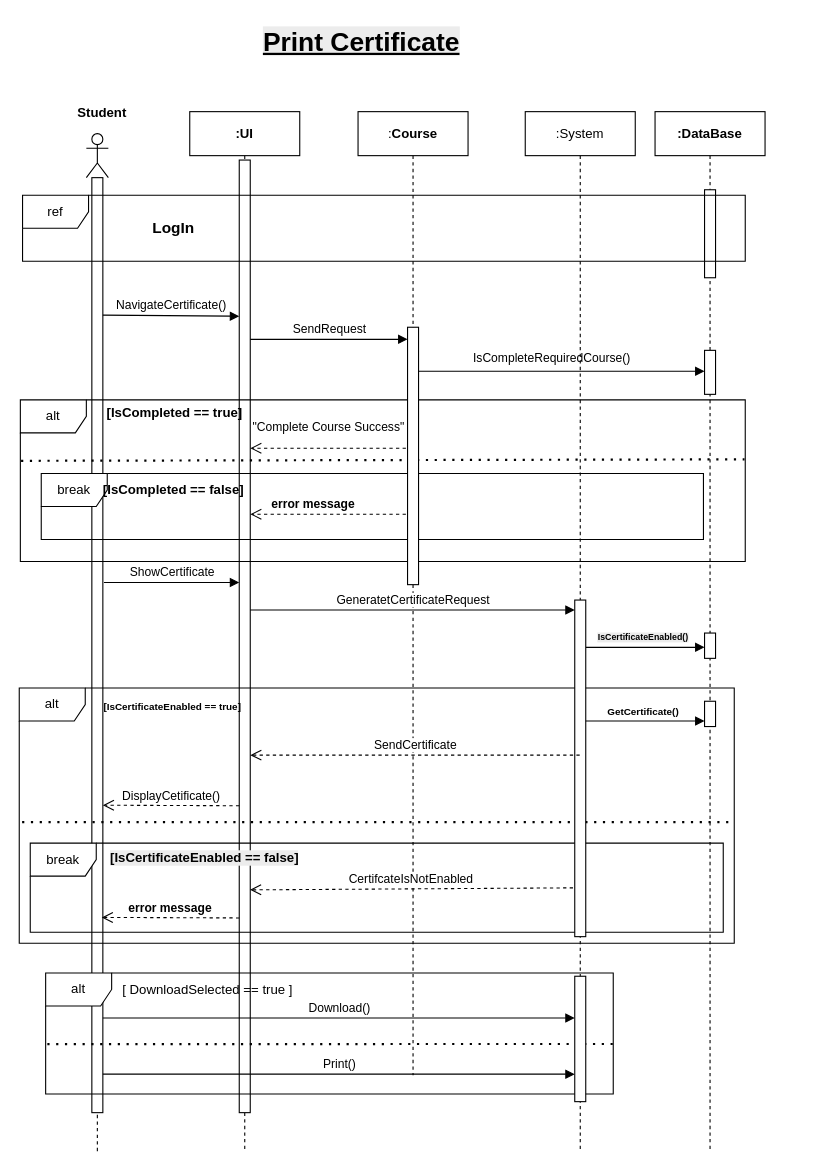
Above: page "print certificate" (3 of 6) of Diagrams/SequenceDiagram.drawio in Youssefmohamed430/Learning-Management-System (draw.io), before the change. Source tidied: cells renumbered, new cells numbered last; positions are measured from the earlier drawing's top-left corner, leaving out a move shared by most shapes. Both pictures are drawn from the tidied source at 110%, with x=0, y=0 at pixel (19, 19).
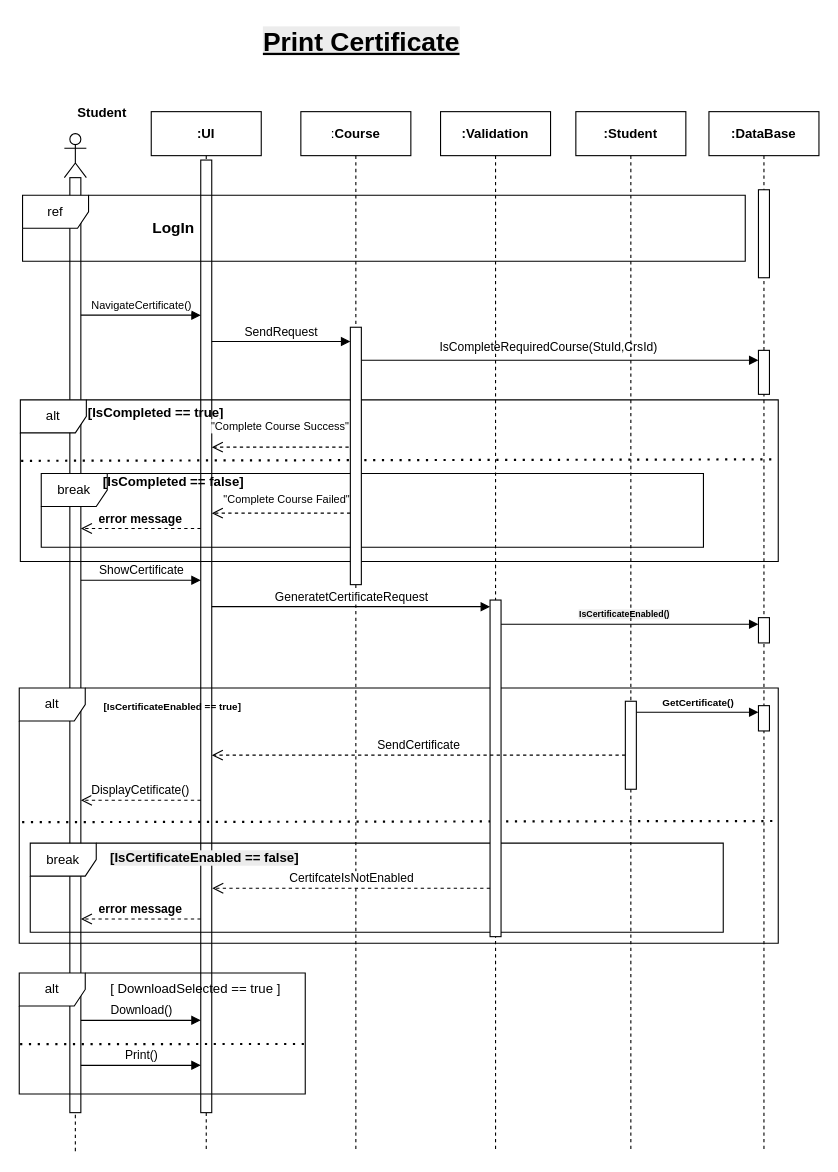
After the change.

The change refers to these unchanged cells:
```xml
<mxCell id="3" style="html=1;points=[[0,0,0,0,5],[0,1,0,0,-5],[1,0,0,0,5],[1,1,0,0,-5]];perimeter=orthogonalPerimeter;outlineConnect=0;targetShapes=umlLifeline;portConstraint=eastwest;newEdgeStyle={&quot;curved&quot;:0,&quot;rounded&quot;:0};" parent="2" vertex="1">
  <mxGeometry x="45" y="44" width="10" height="866" as="geometry" />
</mxCell>
<mxCell id="5" style="html=1;points=[[0,0,0,0,5],[0,1,0,0,-5],[1,0,0,0,5],[1,1,0,0,-5]];perimeter=orthogonalPerimeter;outlineConnect=0;targetShapes=umlLifeline;portConstraint=eastwest;newEdgeStyle={&quot;curved&quot;:0,&quot;rounded&quot;:0};" parent="4" vertex="1">
  <mxGeometry x="5" y="40" width="10" height="850" as="geometry" />
</mxCell>
<mxCell id="10" style="html=1;points=[[0,0,0,0,5],[0,1,0,0,-5],[1,0,0,0,5],[1,1,0,0,-5]];perimeter=orthogonalPerimeter;outlineConnect=0;targetShapes=umlLifeline;portConstraint=eastwest;newEdgeStyle={&quot;curved&quot;:0,&quot;rounded&quot;:0};" parent="7" vertex="1">
  <mxGeometry x="45" y="217" width="10" height="40" as="geometry" />
</mxCell>
<mxCell id="29" value="&lt;b style=&quot;forced-color-adjust: none; color: rgb(0, 0, 0); font-family: Helvetica; font-size: 12px; font-style: normal; font-variant-ligatures: normal; font-variant-caps: normal; letter-spacing: normal; orphans: 2; text-align: center; text-indent: 0px; text-transform: none; widows: 2; word-spacing: 0px; -webkit-text-stroke-width: 0px; white-space: nowrap; background-color: rgb(236, 236, 236); text-decoration-thickness: initial; text-decoration-style: initial; text-decoration-color: initial;&quot;&gt;[IsCertificateEnabled == false]&lt;/b&gt;" style="text;whiteSpace=wrap;html=1;" parent="1" vertex="1">
  <mxGeometry x="81" y="749" width="200" height="40" as="geometry" />
</mxCell>
<mxCell id="40" style="html=1;points=[[0,0,0,0,5],[0,1,0,0,-5],[1,0,0,0,5],[1,1,0,0,-5]];perimeter=orthogonalPerimeter;outlineConnect=0;targetShapes=umlLifeline;portConstraint=eastwest;newEdgeStyle={&quot;curved&quot;:0,&quot;rounded&quot;:0};" parent="39" vertex="1">
  <mxGeometry x="45" y="196" width="10" height="234" as="geometry" />
</mxCell>
<mxCell id="43" style="html=1;points=[[0,0,0,0,5],[0,1,0,0,-5],[1,0,0,0,5],[1,1,0,0,-5]];perimeter=orthogonalPerimeter;outlineConnect=0;targetShapes=umlLifeline;portConstraint=eastwest;newEdgeStyle={&quot;curved&quot;:0,&quot;rounded&quot;:0};" parent="42" vertex="1">
  <mxGeometry x="45" y="444" width="10" height="306" as="geometry" />
</mxCell>
```

The edit, as a diff of the source:
```diff
@@
     <mxCell id="2" value="&lt;b&gt;&lt;font style=&quot;font-size: 12px;&quot;&gt;:UI&lt;/font&gt;&lt;/b&gt;" style="shape=umlLifeline;perimeter=lifelinePerimeter;whiteSpace=wrap;html=1;newEdgeStyle={&quot;curved&quot;:0,&quot;rounded&quot;:0};" parent="1" vertex="1">
-      <mxGeometry x="155" y="84" width="100" height="946" as="geometry" />
+      <mxGeometry x="120" y="84" width="100" height="946" as="geometry" />
     </mxCell>
@@
     <mxCell id="4" style="shape=umlLifeline;perimeter=lifelinePerimeter;whiteSpace=wrap;html=1;newEdgeStyle={&quot;curved&quot;:0,&quot;rounded&quot;:0};participant=umlActor;" parent="1" vertex="1">
-      <mxGeometry x="61" y="104" width="20" height="926" as="geometry" />
+      <mxGeometry x="41" y="104" width="20" height="926" as="geometry" />
     </mxCell>
@@
     <mxCell id="7" value="&lt;b&gt;:DataBase&lt;/b&gt;" style="shape=umlLifeline;perimeter=lifelinePerimeter;whiteSpace=wrap;html=1;newEdgeStyle={&quot;curved&quot;:0,&quot;rounded&quot;:0};" parent="1" vertex="1">
-      <mxGeometry x="578" y="84" width="100" height="946" as="geometry" />
+      <mxGeometry x="627" y="84" width="100" height="946" as="geometry" />
     </mxCell>
     <mxCell id="8" style="html=1;points=[[0,0,0,0,5],[0,1,0,0,-5],[1,0,0,0,5],[1,1,0,0,-5]];perimeter=orthogonalPerimeter;outlineConnect=0;targetShapes=umlLifeline;portConstraint=eastwest;newEdgeStyle={&quot;curved&quot;:0,&quot;rounded&quot;:0};" parent="7" vertex="1">
-      <mxGeometry x="45" y="474" width="10" height="23" as="geometry" />
+      <mxGeometry x="45" y="460" width="10" height="23" as="geometry" />
     </mxCell>
@@
-    <mxCell id="11" value="NavigateCertificate()" style="html=1;verticalAlign=bottom;endArrow=block;curved=0;rounded=0;" parent="1" edge="1">
+    <mxCell id="11" value="&lt;font style=&quot;font-size: 10px;&quot;&gt;NavigateCertificate()&lt;/font&gt;" style="html=1;verticalAlign=bottom;endArrow=block;curved=0;rounded=0;" parent="1" edge="1">
       <mxGeometry relative="1" as="geometry">
-        <mxPoint x="76" y="269" as="sourcePoint" />
-        <mxPoint x="200" y="270" as="targetPoint" />
+        <mxPoint x="56" y="269" as="sourcePoint" />
+        <mxPoint x="165" y="269" as="targetPoint" />
       </mxGeometry>
     </mxCell>
-    <mxCell id="12" value="IsCompleteRequiredCourse()" style="html=1;verticalAlign=bottom;endArrow=block;curved=0;rounded=0;" parent="1" edge="1" target="10">
+    <mxCell id="12" value="IsCompleteRequiredCourse(StuId,CrsId)" style="html=1;verticalAlign=bottom;endArrow=block;curved=0;rounded=0;" parent="1" edge="1">
       <mxGeometry x="-0.06" y="3" relative="1" as="geometry">
-        <mxPoint x="360" y="320" as="sourcePoint" />
+        <mxPoint x="311" y="310" as="sourcePoint" />
+        <mxPoint x="672" y="310" as="targetPoint" />
       </mxGeometry>
     </mxCell>
     <mxCell id="13" value="alt" style="shape=umlFrame;whiteSpace=wrap;html=1;" parent="1" vertex="1">
-      <mxGeometry x="1" y="346" width="659" height="147" as="geometry" />
+      <mxGeometry x="1" y="346" width="689" height="147" as="geometry" />
     </mxCell>
     <mxCell id="14" value="&lt;b&gt;[IsCompleted == true]&lt;/b&gt;" style="text;html=1;align=center;verticalAlign=middle;strokeColor=none;fillColor=none;" parent="1" vertex="1">
-      <mxGeometry x="66" y="343" width="150" height="30" as="geometry" />
+      <mxGeometry x="49" y="343" width="150" height="30" as="geometry" />
     </mxCell>
-    <mxCell id="15" value="&lt;font style=&quot;font-size: 8px;&quot;&gt;&lt;b&gt;&lt;span style=&quot;background-color: rgb(236, 236, 236);&quot;&gt;IsCertificateEnabled&lt;/span&gt;&lt;span style=&quot;background-color: rgb(236, 236, 236);&quot;&gt;()&lt;/span&gt;&lt;/b&gt;&lt;/font&gt;" style="html=1;verticalAlign=bottom;endArrow=block;curved=0;rounded=0;" parent="1" edge="1" target="8">
+    <mxCell id="15" value="&lt;font style=&quot;font-size: 8px;&quot;&gt;&lt;b&gt;&lt;span style=&quot;background-color: rgb(236, 236, 236);&quot;&gt;IsCertificateEnabled&lt;/span&gt;&lt;span style=&quot;background-color: rgb(236, 236, 236);&quot;&gt;()&lt;/span&gt;&lt;/b&gt;&lt;/font&gt;" style="html=1;verticalAlign=bottom;endArrow=block;curved=0;rounded=0;" parent="1" edge="1">
       <mxGeometry x="-0.04" y="1" relative="1" as="geometry">
-        <mxPoint x="515" y="571" as="sourcePoint" />
+        <mxPoint x="438" y="550" as="sourcePoint" />
+        <mxPoint x="672" y="550" as="targetPoint" />
       </mxGeometry>
     </mxCell>
@@
     <mxCell id="17" value="alt" style="shape=umlFrame;whiteSpace=wrap;html=1;" parent="1" vertex="1">
-      <mxGeometry y="608" width="650" height="232" as="geometry" />
+      <mxGeometry y="608" width="690" height="232" as="geometry" />
     </mxCell>
@@
-    <mxCell id="19" value="&quot;Complete Course Success&quot;" style="html=1;verticalAlign=bottom;endArrow=open;dashed=1;endSize=8;curved=0;rounded=0;" parent="1" edge="1" source="39">
+    <mxCell id="19" value="&lt;font style=&quot;font-size: 10px;&quot;&gt;&quot;Complete Course Success&quot;&lt;/font&gt;" style="html=1;verticalAlign=bottom;endArrow=open;dashed=1;endSize=8;curved=0;rounded=0;" parent="1" edge="1">
       <mxGeometry x="0.05" y="-10" relative="1" as="geometry">
-        <mxPoint x="210" y="390" as="targetPoint" />
+        <mxPoint x="305.5" y="389" as="sourcePoint" />
+        <mxPoint x="175" y="389" as="targetPoint" />
       </mxGeometry>
     </mxCell>
     <mxCell id="20" value="break" style="shape=umlFrame;whiteSpace=wrap;html=1;" parent="1" vertex="1">
-      <mxGeometry x="20" y="413" width="602" height="60" as="geometry" />
+      <mxGeometry x="20" y="413" width="602" height="67" as="geometry" />
     </mxCell>
     <mxCell id="21" value="&lt;b&gt;[IsCompleted == false]&lt;/b&gt;" style="text;html=1;align=center;verticalAlign=middle;strokeColor=none;fillColor=none;" parent="1" vertex="1">
-      <mxGeometry x="65" y="413" width="150" height="30" as="geometry" />
+      <mxGeometry x="65" y="406" width="150" height="30" as="geometry" />
     </mxCell>
-    <mxCell id="22" value="&lt;b&gt;error message&lt;/b&gt;" style="html=1;verticalAlign=bottom;endArrow=open;dashed=1;endSize=8;curved=0;rounded=0;" parent="1" edge="1" source="39">
-      <mxGeometry x="0.24" relative="1" as="geometry">
-        <mxPoint x="210" y="450" as="targetPoint" />
+    <mxCell id="22" value="&lt;font style=&quot;font-size: 10px;&quot;&gt;&quot;Complete Course Failed&quot;&lt;/font&gt;" style="html=1;verticalAlign=bottom;endArrow=open;dashed=1;endSize=8;curved=0;rounded=0;" parent="1" edge="1">
+      <mxGeometry x="-0.08" y="-4" relative="1" as="geometry">
+        <mxPoint x="301" y="449" as="sourcePoint" />
+        <mxPoint x="175" y="449" as="targetPoint" />
       </mxGeometry>
     </mxCell>
     <mxCell id="23" value="ShowCertificate" style="html=1;verticalAlign=bottom;endArrow=block;curved=0;rounded=0;" parent="1" edge="1">
       <mxGeometry relative="1" as="geometry">
-        <mxPoint x="77" y="512" as="sourcePoint" />
-        <mxPoint x="200" y="512" as="targetPoint" />
+        <mxPoint x="56" y="510" as="sourcePoint" />
+        <mxPoint x="165" y="510" as="targetPoint" />
       </mxGeometry>
     </mxCell>
-    <mxCell id="24" style="endArrow=none;dashed=1;html=1;dashPattern=1 3;strokeWidth=2;rounded=0;exitX=0.004;exitY=0.37;exitDx=0;exitDy=0;exitPerimeter=0;entryX=1;entryY=0.37;entryDx=0;entryDy=0;entryPerimeter=0;" parent="1" edge="1">
+    <mxCell id="24" style="endArrow=none;dashed=1;html=1;dashPattern=1 3;strokeWidth=2;rounded=0;exitX=0.004;exitY=0.37;exitDx=0;exitDy=0;exitPerimeter=0;entryX=1;entryY=0.521;entryDx=0;entryDy=0;entryPerimeter=0;" parent="1" edge="1" target="17">
       <mxGeometry relative="1" as="geometry">
         <mxPoint x="2.6" y="729.9" as="sourcePoint" />
-        <mxPoint x="650" y="729.9" as="targetPoint" />
       </mxGeometry>
     </mxCell>
     <mxCell id="25" style="html=1;perimeter=orthogonalPerimeter;targetShapes=umlLifeline;newEdgeStyle={&quot;curved&quot;:0,&quot;rounded&quot;:0};" parent="1" vertex="1">
-      <mxGeometry x="623" y="620" width="10" height="23" as="geometry" />
+      <mxGeometry x="672" y="624" width="10" height="23" as="geometry" />
     </mxCell>
     <mxCell id="26" value="&lt;font style=&quot;font-size: 9px;&quot;&gt;&lt;b&gt;GetCertificate()&lt;/b&gt;&lt;/font&gt;" style="html=1;verticalAlign=bottom;endArrow=block;curved=0;rounded=0;" parent="1" edge="1">
       <mxGeometry relative="1" as="geometry">
-        <mxPoint x="509.8" y="638" as="sourcePoint" />
-        <mxPoint x="623" y="638" as="targetPoint" />
+        <mxPoint x="561" y="630" as="sourcePoint" />
+        <mxPoint x="672" y="630" as="targetPoint" />
       </mxGeometry>
     </mxCell>
     <mxCell id="27" value="DisplayCetificate()" style="html=1;verticalAlign=bottom;endArrow=open;dashed=1;endSize=8;curved=0;rounded=0;" parent="1" edge="1">
       <mxGeometry relative="1" as="geometry">
-        <mxPoint x="200" y="715" as="sourcePoint" />
-        <mxPoint x="76" y="714.5" as="targetPoint" />
+        <mxPoint x="165" y="710" as="sourcePoint" />
+        <mxPoint x="56" y="710" as="targetPoint" />
       </mxGeometry>
     </mxCell>
@@
     <mxCell id="30" value="&lt;b&gt;error message&lt;/b&gt;" style="html=1;verticalAlign=bottom;endArrow=open;dashed=1;endSize=8;curved=0;rounded=0;" parent="1" edge="1">
       <mxGeometry relative="1" as="geometry">
-        <mxPoint x="200" y="817" as="sourcePoint" />
-        <mxPoint x="75" y="816.5" as="targetPoint" />
+        <mxPoint x="165" y="818" as="sourcePoint" />
+        <mxPoint x="56" y="818" as="targetPoint" />
       </mxGeometry>
     </mxCell>
     <mxCell id="31" value="alt" style="shape=umlFrame;whiteSpace=wrap;html=1;" parent="1" vertex="1">
-      <mxGeometry x="24" y="867" width="516" height="110" as="geometry" />
+      <mxGeometry y="867" width="260" height="110" as="geometry" />
     </mxCell>
     <mxCell id="32" value="[ DownloadSelected == true ]" style="text;html=1;align=center;verticalAlign=middle;strokeColor=none;fillColor=none;" parent="1" vertex="1">
-      <mxGeometry x="81" y="868" width="180" height="30" as="geometry" />
+      <mxGeometry x="70" y="867" width="180" height="30" as="geometry" />
     </mxCell>
-    <mxCell id="33" value="Download()" style="html=1;verticalAlign=bottom;endArrow=block;curved=0;rounded=0;" parent="1" edge="1" target="44">
+    <mxCell id="33" value="Download()" style="html=1;verticalAlign=bottom;endArrow=block;curved=0;rounded=0;" parent="1" edge="1" source="5">
       <mxGeometry relative="1" as="geometry">
-        <mxPoint x="76" y="908" as="sourcePoint" />
+        <mxPoint x="165" y="910.1" as="targetPoint" />
       </mxGeometry>
     </mxCell>
@@
-    <mxCell id="35" value="Print()" style="html=1;verticalAlign=bottom;endArrow=block;curved=0;rounded=0;" parent="1" edge="1" target="44">
+    <mxCell id="35" value="Print()" style="html=1;verticalAlign=bottom;endArrow=block;curved=0;rounded=0;" parent="1" edge="1">
       <mxGeometry relative="1" as="geometry">
-        <mxPoint x="76" y="959" as="sourcePoint" />
+        <mxPoint x="56" y="951" as="sourcePoint" />
+        <mxPoint x="165" y="951" as="targetPoint" />
       </mxGeometry>
     </mxCell>
@@
     <mxCell id="39" value=":&lt;b&gt;Course&lt;/b&gt;" style="shape=umlLifeline;perimeter=lifelinePerimeter;whiteSpace=wrap;html=1;outlineConnect=0;portConstraint=eastwest;newEdgeStyle={&quot;curved&quot;:0,&quot;rounded&quot;:0};" parent="1" vertex="1">
-      <mxGeometry x="308" y="84" width="100" height="876" as="geometry" />
+      <mxGeometry x="256" y="84" width="100" height="946" as="geometry" />
     </mxCell>
@@
-    <mxCell id="41" value="SendRequest" style="html=1;verticalAlign=bottom;endArrow=block;curved=0;rounded=0;" parent="1" edge="1" target="40">
+    <mxCell id="41" value="SendRequest" style="html=1;verticalAlign=bottom;endArrow=block;curved=0;rounded=0;" parent="1" edge="1">
       <mxGeometry relative="1" as="geometry">
-        <mxPoint x="210" y="291" as="sourcePoint" />
+        <mxPoint x="175" y="293" as="sourcePoint" />
+        <mxPoint x="301" y="293" as="targetPoint" />
       </mxGeometry>
     </mxCell>
-    <mxCell id="42" value=":System" style="shape=umlLifeline;perimeter=lifelinePerimeter;whiteSpace=wrap;html=1;newEdgeStyle={&quot;curved&quot;:0,&quot;rounded&quot;:0};" parent="1" vertex="1">
-      <mxGeometry x="460" y="84" width="100" height="946" as="geometry" />
+    <mxCell id="42" value="&lt;b&gt;:Validation&lt;/b&gt;" style="shape=umlLifeline;perimeter=lifelinePerimeter;whiteSpace=wrap;html=1;newEdgeStyle={&quot;curved&quot;:0,&quot;rounded&quot;:0};" parent="1" vertex="1">
+      <mxGeometry x="383" y="84" width="100" height="946" as="geometry" />
     </mxCell>
@@
-    <mxCell id="44" style="html=1;points=[[0,0,0,0,5],[0,1,0,0,-5],[1,0,0,0,5],[1,1,0,0,-5]];perimeter=orthogonalPerimeter;outlineConnect=0;targetShapes=umlLifeline;portConstraint=eastwest;newEdgeStyle={&quot;curved&quot;:0,&quot;rounded&quot;:0};" parent="42" vertex="1">
-      <mxGeometry x="45" y="786" width="10" height="114" as="geometry" />
-    </mxCell>
-    <mxCell id="45" value="GeneratetCertificateRequest" style="html=1;verticalAlign=bottom;endArrow=block;curved=0;rounded=0;" parent="1" edge="1" target="43">
+    <mxCell id="45" value="GeneratetCertificateRequest" style="html=1;verticalAlign=bottom;endArrow=block;curved=0;rounded=0;" parent="1" edge="1" source="3">
       <mxGeometry relative="1" as="geometry">
-        <mxPoint x="210" y="537" as="sourcePoint" />
+        <mxPoint x="428" y="534" as="targetPoint" />
       </mxGeometry>
     </mxCell>
     <mxCell id="46" value="SendCertificate" style="html=1;verticalAlign=bottom;endArrow=open;dashed=1;endSize=8;curved=0;rounded=0;" parent="1" edge="1">
       <mxGeometry relative="1" as="geometry">
-        <mxPoint x="509.5" y="669" as="sourcePoint" />
-        <mxPoint x="210" y="669" as="targetPoint" />
+        <mxPoint x="551" y="669" as="sourcePoint" />
+        <mxPoint x="175" y="669" as="targetPoint" />
       </mxGeometry>
     </mxCell>
-    <mxCell id="47" value="CertifcateIsNotEnabled" style="html=1;verticalAlign=bottom;endArrow=open;dashed=1;endSize=8;curved=0;rounded=0;entryX=0.644;entryY=1.062;entryDx=0;entryDy=0;entryPerimeter=0;exitX=-0.159;exitY=0.855;exitDx=0;exitDy=0;exitPerimeter=0;" parent="1" edge="1" source="43" target="29">
+    <mxCell id="47" value="CertifcateIsNotEnabled" style="html=1;verticalAlign=bottom;endArrow=open;dashed=1;endSize=8;curved=0;rounded=0;entryX=0.472;entryY=1.026;entryDx=0;entryDy=0;entryPerimeter=0;" parent="1" edge="1" source="43" target="29">
       <mxGeometry relative="1" as="geometry" />
     </mxCell>
+    <mxCell id="48" value="&lt;b&gt;error message&lt;/b&gt;" style="html=1;verticalAlign=bottom;endArrow=open;dashed=1;endSize=8;curved=0;rounded=0;" parent="1" edge="1">
+      <mxGeometry relative="1" as="geometry">
+        <mxPoint x="165" y="463" as="sourcePoint" />
+        <mxPoint x="56" y="463" as="targetPoint" />
+      </mxGeometry>
+    </mxCell>
+    <mxCell id="49" value="&lt;b&gt;:Student&lt;/b&gt;" style="shape=umlLifeline;perimeter=lifelinePerimeter;whiteSpace=wrap;html=1;newEdgeStyle={&quot;curved&quot;:0,&quot;rounded&quot;:0};" parent="1" vertex="1">
+      <mxGeometry x="506" y="84" width="100" height="946" as="geometry" />
+    </mxCell>
+    <mxCell id="50" style="html=1;perimeter=orthogonalPerimeter;targetShapes=umlLifeline;newEdgeStyle={&quot;curved&quot;:0,&quot;rounded&quot;:0};" parent="49" vertex="1">
+      <mxGeometry x="45" y="536" width="10" height="80" as="geometry" />
+    </mxCell>
```
